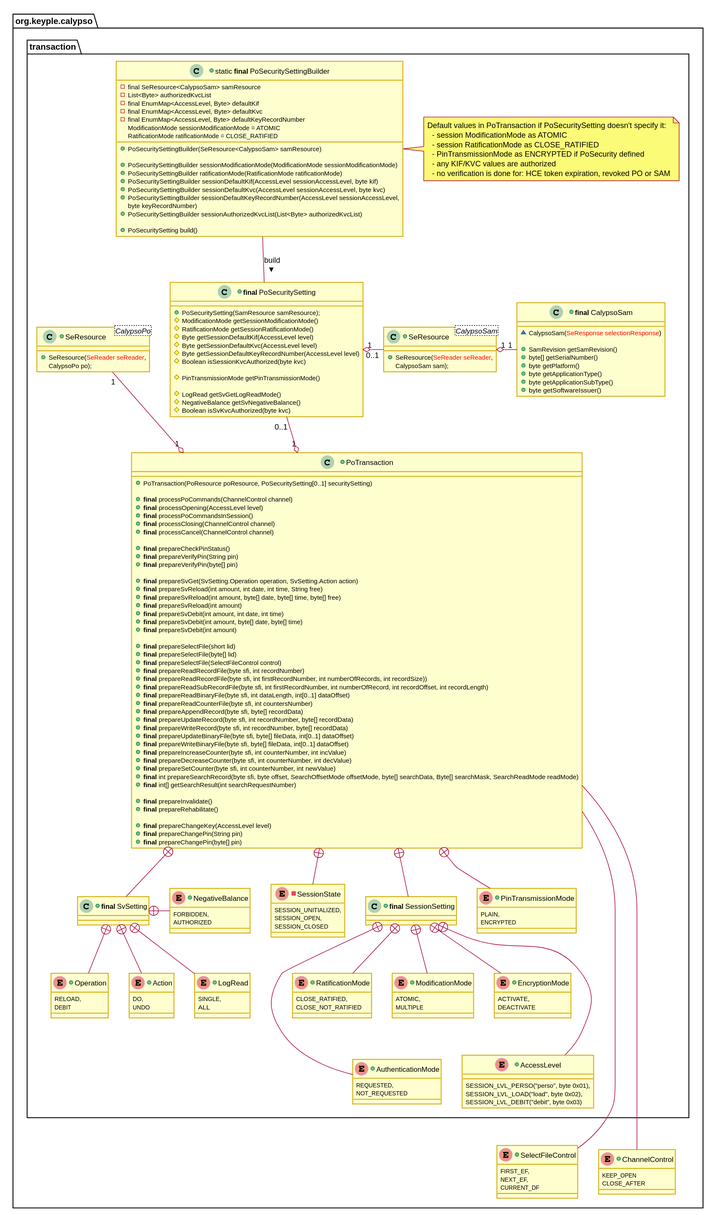
The PlantUML diagram docs/KeypleCalypsoApi/ApplicationApi/img/KeypleCalypso_ApplicationApi_ClassDiag_Transaction_PoTransaction_0_9_0.svg in calypsonet/keyple, before a commit.
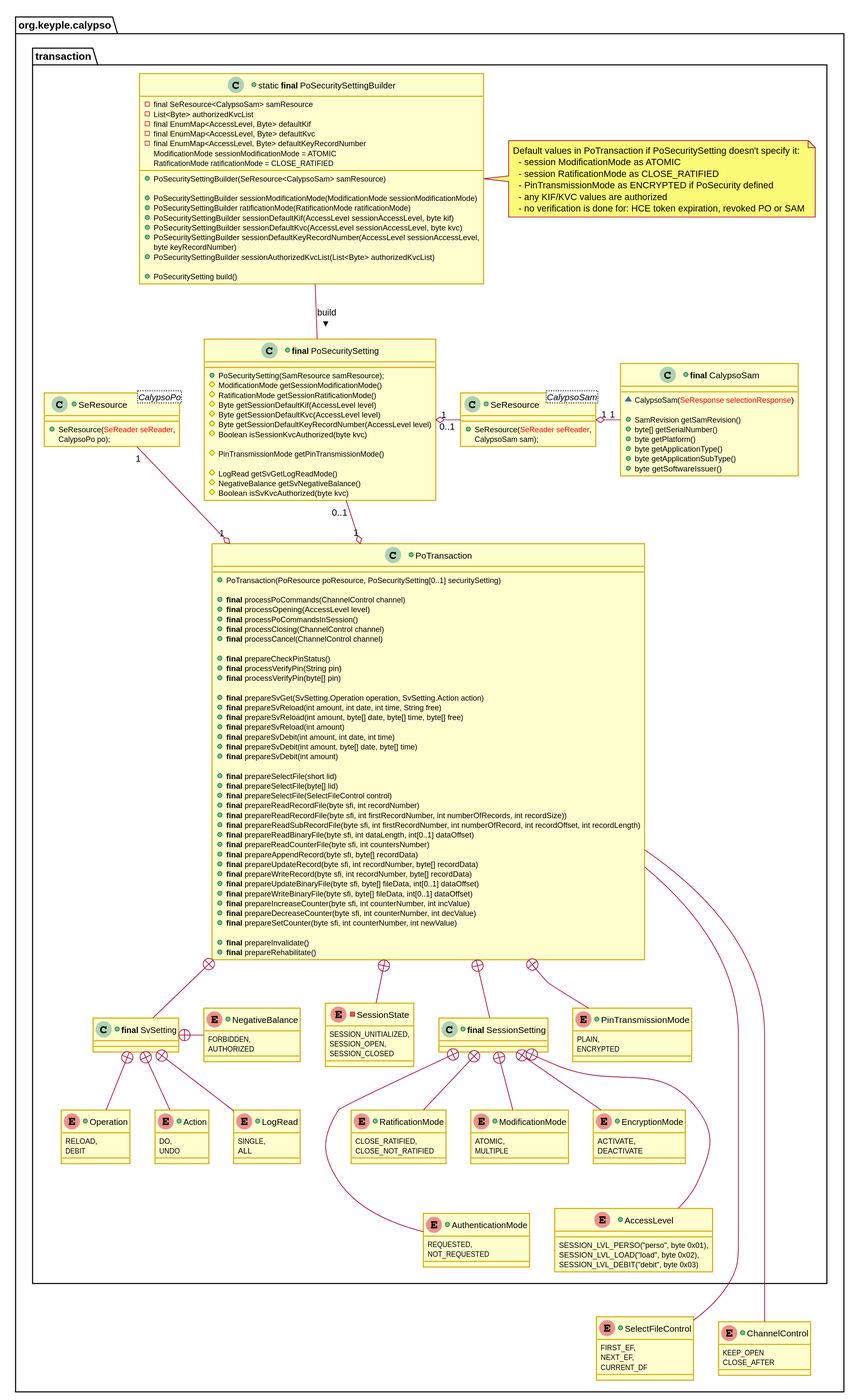
After the commit.

Diff of the diagram source:
```diff
@@ -21,6 +21,11 @@
 skinparam ClassBackgroundColor<<green>> #EAFAF1
 skinparam ClassBorderColor<<green>> #2ECC71
 hide <<green>> stereotype
+
+skinparam ClassBackgroundColor<<orange>> #FDF2E9
+skinparam ClassBorderColor<<orange>> #E67E22
+hide <<orange>> stereotype
+
 skinparam ClassBackgroundColor<<grey>> #EAECEE
 skinparam ClassBorderColor<<grey>> #2C3E50
 hide <<grey>> stereotype
@@ -115,8 +120,8 @@
   +<b>final</b> processCancel(ChannelControl channel)
 
   +<b>final</b> prepareCheckPinStatus()
-  +<b>final</b> prepareVerifyPin(String pin)
-  +<b>final</b> prepareVerifyPin(byte[] pin)
+  +<b>final</b> processVerifyPin(String pin)
+  +<b>final</b> processVerifyPin(byte[] pin)
 
   +<b>final</b> prepareSvGet(SvSetting.Operation operation, SvSetting.Action action)
   +<b>final</b> prepareSvReload(int amount, int date, int time, String free)
@@ -142,15 +147,10 @@
   +<b>final</b> prepareIncreaseCounter(byte sfi, int counterNumber, int incValue)
   +<b>final</b> prepareDecreaseCounter(byte sfi, int counterNumber, int decValue)
   +<b>final</b> prepareSetCounter(byte sfi, int counterNumber, int newValue)
-  +<b>final</b> int prepareSearchRecord(byte sfi, byte offset, SearchOffsetMode offsetMode, byte[] searchData, Byte[] searchMask, SearchReadMode readMode)
-  +<b>final</b> int[] getSearchResult(int searchRequestNumber)
 
   +<b>final</b> prepareInvalidate()
   +<b>final</b> prepareRehabilitate()
 
-  +<b>final</b> prepareChangeKey(AccessLevel level)
-  +<b>final</b> prepareChangePin(String pin)
-  +<b>final</b> prepareChangePin(byte[] pin)
 }
 -enum SessionState {
   SESSION_UNITIALIZED,
```
